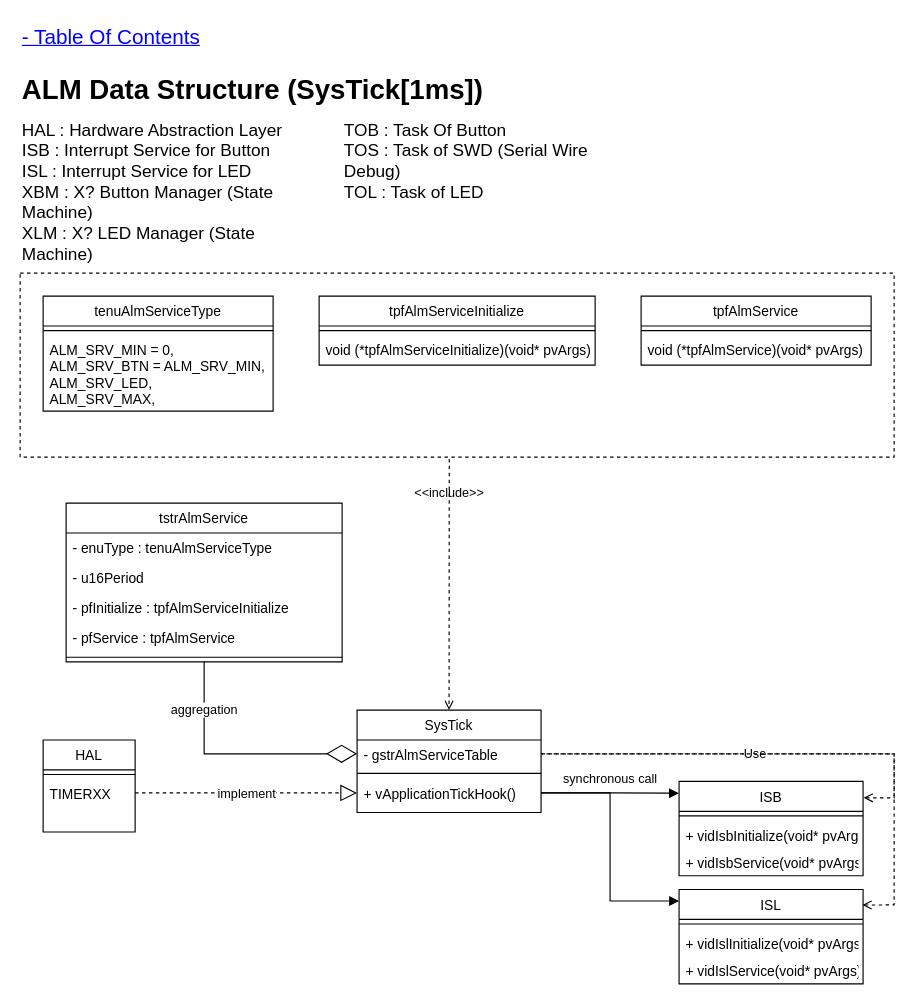
gtuja/CSC_MS keeps this draw.io diagram as page "DataStructure_SysTick" (8 of 16) of Resources/Part2/Part2_ALM_Diagram.drawio. Above is the earlier version. Source tidied: cells renumbered, new cells numbered last; positions are measured from the earlier drawing's top-left corner, leaving out a move shared by most shapes. Both pictures are drawn from the tidied source at 115%, with x=0, y=0 at pixel (20, 20).
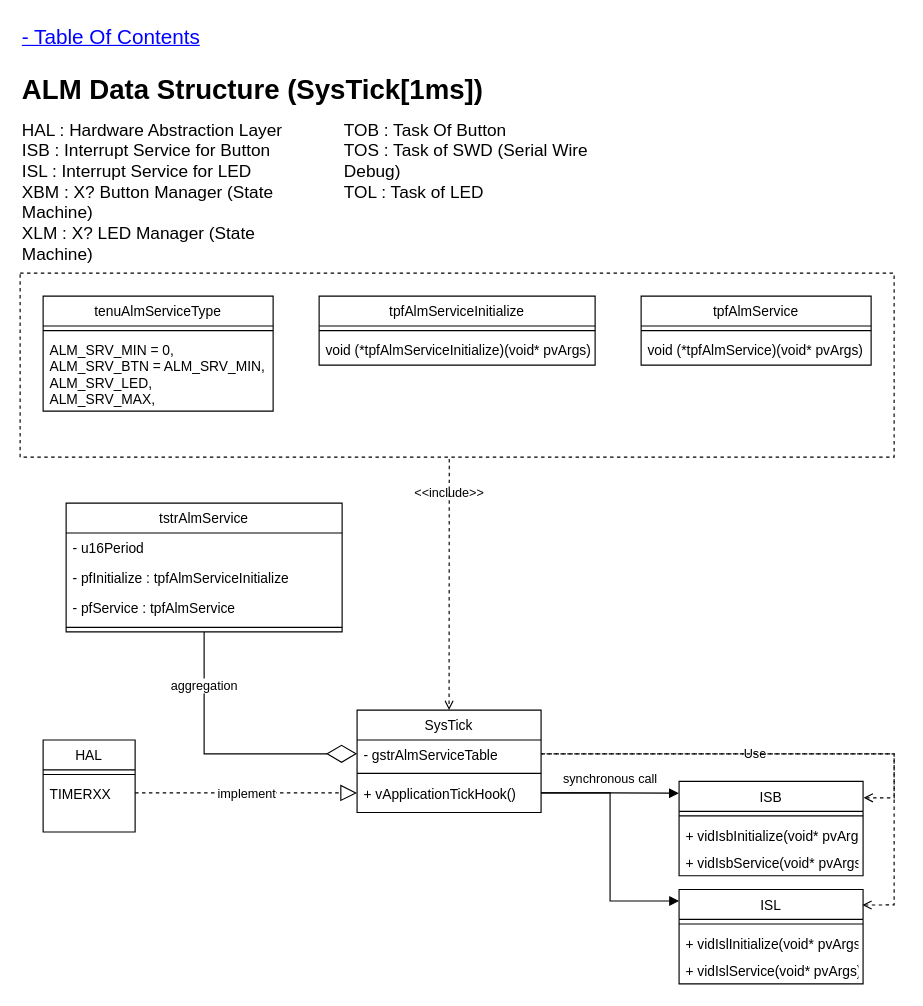
The same diagram, later.

The edit, as a diff of the source:
```diff
@@
     <mxCell id="14" value="tstrAlmService" style="swimlane;fontStyle=0;align=center;verticalAlign=top;horizontal=1;startSize=26;rounded=0;shadow=0;strokeWidth=1;fontFamily=Calibri;" parent="1" vertex="1">
-      <mxGeometry x="40" y="420" width="240" height="138" as="geometry" />
+      <mxGeometry x="40" y="420" width="240" height="112" as="geometry" />
     </mxCell>
-    <mxCell id="15" value="- enuType : tenuAlmServiceType" style="text;align=left;verticalAlign=top;spacingLeft=4;spacingRight=4;overflow=hidden;fontFamily=Calibri;" parent="14" vertex="1">
-      <mxGeometry y="26" width="240" height="26" as="geometry" />
-    </mxCell>
     <mxCell id="16" value="- u16Period" style="text;align=left;verticalAlign=top;spacingLeft=4;spacingRight=4;overflow=hidden;rounded=0;shadow=0;html=0;fontFamily=Calibri;" parent="14" vertex="1">
-      <mxGeometry y="52" width="240" height="26" as="geometry" />
+      <mxGeometry y="26" width="240" height="26" as="geometry" />
     </mxCell>
     <mxCell id="17" value="- pfInitialize : tpfAlmServiceInitialize " style="text;align=left;verticalAlign=top;spacingLeft=4;spacingRight=4;overflow=hidden;rounded=0;shadow=0;html=0;fontFamily=Calibri;" parent="14" vertex="1">
-      <mxGeometry y="78" width="240" height="26" as="geometry" />
+      <mxGeometry y="52" width="240" height="26" as="geometry" />
     </mxCell>
     <mxCell id="18" value="- pfService : tpfAlmService" style="text;align=left;verticalAlign=top;spacingLeft=4;spacingRight=4;overflow=hidden;rounded=0;shadow=0;html=0;fontFamily=Calibri;" parent="14" vertex="1">
-      <mxGeometry y="104" width="240" height="26" as="geometry" />
+      <mxGeometry y="78" width="240" height="26" as="geometry" />
     </mxCell>
     <mxCell id="19" style="line;html=1;strokeWidth=1;align=left;verticalAlign=middle;spacingTop=-1;spacingLeft=3;spacingRight=3;labelPosition=right;fontFamily=Calibri;" parent="14" vertex="1">
-      <mxGeometry y="130" width="240" height="8" as="geometry" />
+      <mxGeometry y="104" width="240" height="8" as="geometry" />
     </mxCell>
```
